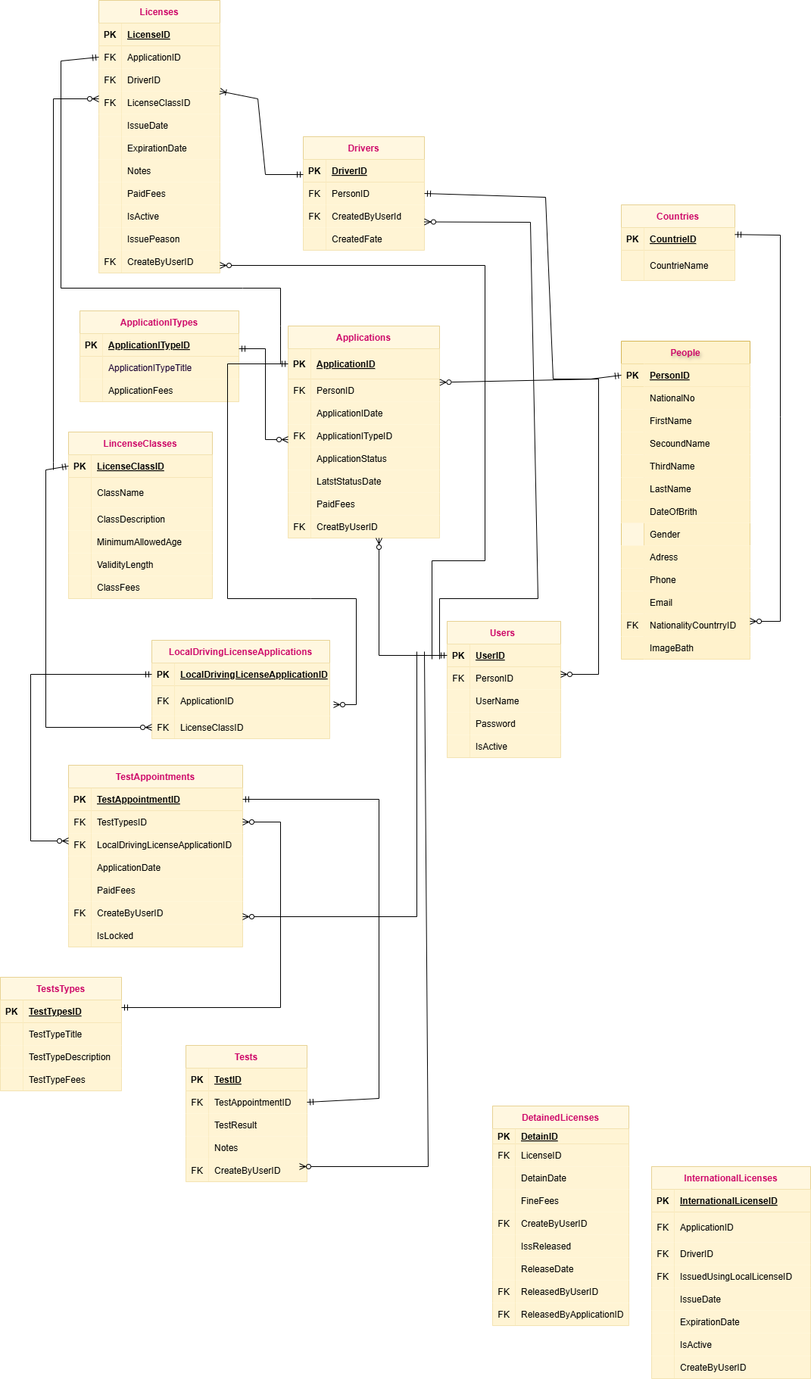
Earlier version of the draw.io export Untitled Diagram.drawio.png (azizadiab/Driving-License-Department). Source tidied: cells renumbered, new cells last; positions are measured from the earlier drawing's top-left corner, leaving out a move shared by most shapes.
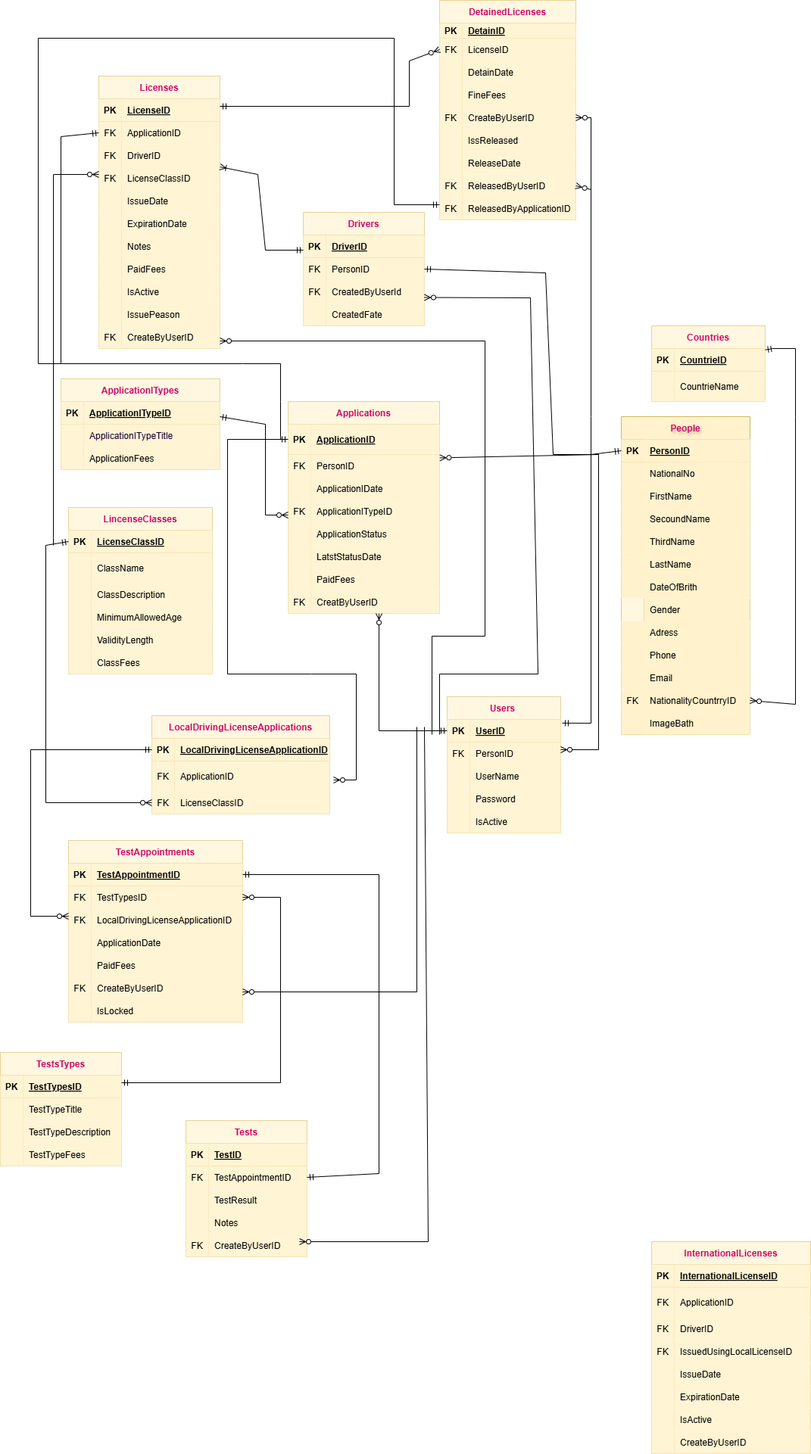
After the commit.

Diff of the diagram source:
```diff
@@ -246,7 +246,7 @@
       <mxGeometry x="30" width="120" height="30" as="geometry" />
     </mxCell>
     <mxCell id="83" value="ApplicationITypes" style="shape=table;startSize=30;rowLines=0;fontStyle=1;align=center;opacity=60;fillColor=#fff2cc;strokeColor=#d6b656;fontColor=#CC0066;" parent="1" vertex="1">
-      <mxGeometry x="105" y="410" width="210" height="120" as="geometry" />
+      <mxGeometry x="80" y="400" width="210" height="120" as="geometry" />
     </mxCell>
     <mxCell id="84" style="shape=partialRectangle;fillColor=#fff2cc;points=[[0,0.5],[1,0.5]];portConstraint=eastwest;top=0;left=0;right=0;bottom=1;opacity=60;strokeColor=#d6b656;" parent="83" vertex="1">
       <mxGeometry y="30" width="210" height="30" as="geometry" />
@@ -381,7 +381,7 @@
       <mxGeometry x="30" width="200" height="30" as="geometry" />
     </mxCell>
     <mxCell id="128" value="DetainedLicenses" style="shape=table;startSize=30;rowLines=0;fontStyle=1;align=center;opacity=60;fillColor=#fff2cc;strokeColor=#d6b656;fontColor=#CC0066;" parent="1" vertex="1">
-      <mxGeometry x="650" y="1460" width="180" height="290" as="geometry" />
+      <mxGeometry x="580" y="-100" width="180" height="290" as="geometry" />
     </mxCell>
     <mxCell id="129" style="shape=partialRectangle;fillColor=#fff2cc;top=0;left=0;right=0;bottom=1;opacity=60;strokeColor=#d6b656;" parent="128" vertex="1">
       <mxGeometry y="30" width="180" height="20" as="geometry" />
@@ -816,7 +816,7 @@
       <mxGeometry x="30" width="130" height="30" as="geometry" />
     </mxCell>
     <mxCell id="273" value="Countries" style="shape=table;startSize=30;rowLines=0;fontStyle=1;align=center;opacity=60;fillColor=#fff2cc;strokeColor=#d6b656;fontColor=#CC0066;" parent="1" vertex="1">
-      <mxGeometry x="820" y="270" width="150" height="100" as="geometry" />
+      <mxGeometry x="860" y="330" width="150" height="100" as="geometry" />
     </mxCell>
     <mxCell id="274" style="shape=partialRectangle;fillColor=#fff2cc;points=[[0,0.5],[1,0.5]];portConstraint=eastwest;top=0;left=0;right=0;bottom=1;opacity=60;strokeColor=#d6b656;" parent="273" vertex="1">
       <mxGeometry y="30" width="150" height="30" as="geometry" />
@@ -836,14 +836,13 @@
     <mxCell id="279" value="CountrieName" style="shape=partialRectangle;overflow=hidden;fillColor=#fff2cc;top=0;left=0;bottom=0;right=0;align=left;spacingLeft=6;opacity=60;strokeColor=#d6b656;" parent="277" vertex="1">
       <mxGeometry x="30" width="120" height="40" as="geometry" />
     </mxCell>
-    <mxCell id="280" style="endArrow=ERmandOne;html=1;rounded=0;startArrow=ERzeroToMany;startFill=0;endFill=0;" parent="1" edge="1">
+    <mxCell id="280" style="endArrow=ERmandOne;html=1;rounded=0;startArrow=ERzeroToMany;startFill=0;endFill=0;exitX=1;exitY=0.5;exitDx=0;exitDy=0;" parent="1" edge="1" source="61" target="274">
       <mxGeometry relative="1" as="geometry">
-        <mxPoint x="990" y="820" as="sourcePoint" />
-        <mxPoint x="970" y="309.2" as="targetPoint" />
         <Array as="points">
-          <mxPoint x="1030" y="820" />
-          <mxPoint x="1030" y="550" />
-          <mxPoint x="1030" y="310" />
+          <mxPoint x="1050" y="830" />
+          <mxPoint x="1050" y="450" />
+          <mxPoint x="1050" y="360" />
+          <mxPoint x="1020" y="360" />
         </Array>
       </mxGeometry>
     </mxCell>
@@ -1003,5 +1002,40 @@
         </Array>
       </mxGeometry>
     </mxCell>
+    <mxCell id="298" style="endArrow=ERzeroToMany;html=1;rounded=0;startArrow=ERmandOne;startFill=0;endFill=0;entryX=0;entryY=0.5;entryDx=0;entryDy=0;" parent="1" edge="1" target="132">
+      <mxGeometry relative="1" as="geometry">
+        <mxPoint x="290" y="40" as="sourcePoint" />
+        <Array as="points">
+          <mxPoint x="540" y="40" />
+          <mxPoint x="540" y="-20" />
+        </Array>
+      </mxGeometry>
+    </mxCell>
+    <mxCell id="299" style="endArrow=ERmandOne;html=1;rounded=0;entryX=1.013;entryY=0.16;entryDx=0;entryDy=0;exitX=1;exitY=0.5;exitDx=0;exitDy=0;entryPerimeter=0;startArrow=ERzeroToMany;startFill=0;endFill=0;" parent="1" edge="1" source="141" target="68">
+      <mxGeometry relative="1" as="geometry">
+        <Array as="points">
+          <mxPoint x="780" y="55" />
+          <mxPoint x="780" y="450" />
+          <mxPoint x="780" y="855" />
+        </Array>
+      </mxGeometry>
+    </mxCell>
+    <mxCell id="300" style="endArrow=none;html=1;rounded=0;exitX=1;exitY=0.5;exitDx=0;exitDy=0;startArrow=ERzeroToMany;startFill=0;" parent="1" edge="1" source="150">
+      <mxGeometry relative="1" as="geometry">
+        <mxPoint x="780" y="150" as="targetPoint" />
+      </mxGeometry>
+    </mxCell>
+    <mxCell id="301" style="endArrow=ERmandOne;html=1;rounded=0;endFill=0;" parent="1" edge="1">
+      <mxGeometry relative="1" as="geometry">
+        <mxPoint x="80" y="380" as="sourcePoint" />
+        <mxPoint x="580" y="170" as="targetPoint" />
+        <Array as="points">
+          <mxPoint x="50" y="380" />
+          <mxPoint x="50" y="-50" />
+          <mxPoint x="520" y="-50" />
+          <mxPoint x="520" y="170" />
+        </Array>
+      </mxGeometry>
+    </mxCell>
   </root>
 </mxGraphModel>
```
